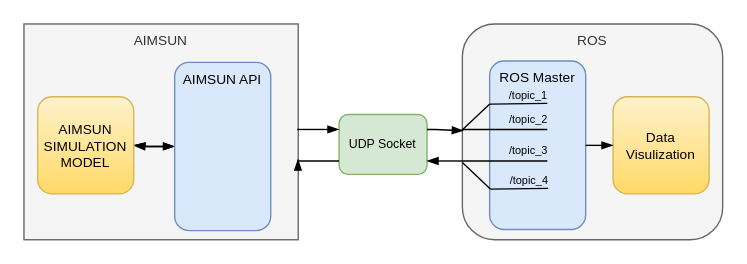
LimingGao/draw_io keeps this draw.io diagram as page "Page-1" (1 of 2) of ROS_AIMSUN_Bridge.drawio. Above is the earlier version. Source tidied: cells renumbered, new cells numbered last; positions are measured from the earlier drawing's top-left corner, leaving out a move shared by most shapes. Both pictures are drawn from the tidied source at 137%, with x=0, y=0 at pixel (23, 23).
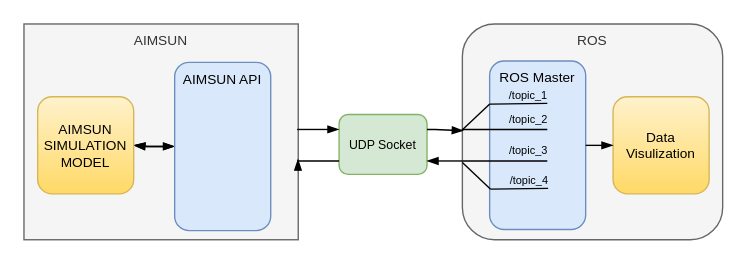
After the change.

What changed in the source:
```diff
@@
-    <mxCell id="2" value="AIMSUN" style="rounded=0;align=center;verticalAlign=top;fontSize=10;fontStyle=0;strokeColor=#666666;fillColor=#f5f5f5;fontColor=#333333;glass=0;whiteSpace=wrap;" parent="1" vertex="1">
+    <mxCell id="2" value="AIMSUN" style="rounded=0;align=center;verticalAlign=top;fontSize=10;fontStyle=0;strokeColor=#666666;fillColor=#f5f5f5;fontColor=#333333;glass=0;" parent="1" vertex="1">
       <mxGeometry width="200.2" height="157.5" as="geometry" />
     </mxCell>
@@
-    <mxCell id="5" value="AIMSUN API" style="rounded=1;align=center;verticalAlign=top;fontSize=10;fontStyle=0;fillColor=#dae8fc;strokeColor=#6c8ebf;whiteSpace=wrap;" parent="1" vertex="1">
+    <mxCell id="5" value="AIMSUN API" style="rounded=1;align=center;verticalAlign=top;fontSize=10;fontStyle=0;fillColor=#dae8fc;strokeColor=#6c8ebf;" parent="1" vertex="1">
       <mxGeometry x="110" y="28" width="70.1" height="122.8" as="geometry" />
     </mxCell>
-    <mxCell id="6" value="AIMSUN SIMULATION MODEL" style="rounded=1;align=center;verticalAlign=middle;fontSize=10;fontStyle=0;fillColor=#fff2cc;strokeColor=#d6b656;gradientColor=#ffd966;whiteSpace=wrap;" parent="1" vertex="1">
+    <mxCell id="6" value="AIMSUN&#10;SIMULATION&#10;MODEL" style="rounded=1;align=center;verticalAlign=middle;fontSize=10;fontStyle=0;fillColor=#fff2cc;strokeColor=#d6b656;gradientColor=#ffd966;" parent="1" vertex="1">
       <mxGeometry x="10" y="53.1" width="70.1" height="70.9" as="geometry" />
     </mxCell>
-    <mxCell id="7" value="UDP Socket" style="rounded=1;align=center;verticalAlign=middle;fillColor=#d5e8d4;strokeColor=#82b366;fontSize=9;fontStyle=0;whiteSpace=wrap;" parent="1" vertex="1">
+    <mxCell id="7" value="UDP Socket" style="rounded=1;align=center;verticalAlign=middle;fillColor=#d5e8d4;strokeColor=#82b366;fontSize=9;fontStyle=0;" parent="1" vertex="1">
       <mxGeometry x="230" y="66.1" width="64.2" height="43.7" as="geometry" />
     </mxCell>
-    <mxCell id="8" value="ROS" style="rounded=1;align=center;verticalAlign=top;fontSize=10;fontStyle=0;strokeColor=#666666;fillColor=#f5f5f5;fontColor=#333333;glass=0;whiteSpace=wrap;" parent="1" vertex="1">
+    <mxCell id="8" value="ROS" style="rounded=1;align=center;verticalAlign=top;fontSize=10;fontStyle=0;strokeColor=#666666;fillColor=#f5f5f5;fontColor=#333333;glass=0;" parent="1" vertex="1">
       <mxGeometry x="320" width="190" height="157.5" as="geometry" />
     </mxCell>
-    <mxCell id="9" value="ROS Master" style="rounded=1;align=center;verticalAlign=top;fontSize=10;fontStyle=0;fillColor=#dae8fc;strokeColor=#6c8ebf;whiteSpace=wrap;" parent="1" vertex="1">
+    <mxCell id="9" value="ROS Master" style="rounded=1;align=center;verticalAlign=top;fontSize=10;fontStyle=0;fillColor=#dae8fc;strokeColor=#6c8ebf;" parent="1" vertex="1">
       <mxGeometry x="339.9" y="27" width="70.1" height="123" as="geometry" />
     </mxCell>
-    <mxCell id="10" value="Data Visulization" style="rounded=1;align=center;verticalAlign=middle;fontSize=10;fontStyle=0;fillColor=#fff2cc;strokeColor=#d6b656;gradientColor=#ffd966;whiteSpace=wrap;" parent="1" vertex="1">
+    <mxCell id="10" value="Data&#10;Visulization" style="rounded=1;align=center;verticalAlign=middle;fontSize=10;fontStyle=0;fillColor=#fff2cc;strokeColor=#d6b656;gradientColor=#ffd966;" parent="1" vertex="1">
       <mxGeometry x="430" y="53.1" width="70.1" height="70.9" as="geometry" />
     </mxCell>
```
